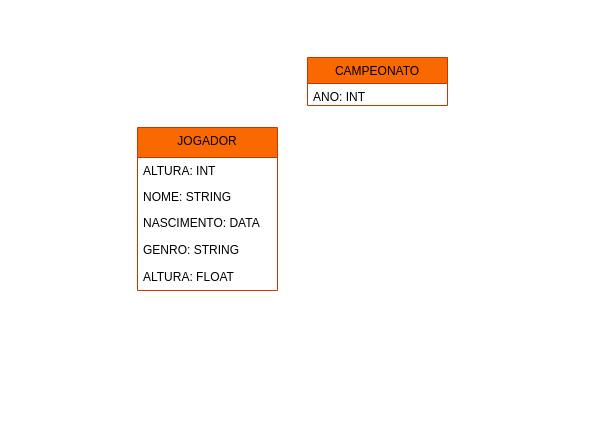
Earlier version of the draw.io diagram Diagrama sem nome.drawio (ALSANhub/Diagrams). Source tidied: cells renumbered, new cells numbered last; positions are measured from the earlier drawing's top-left corner, leaving out a move shared by most shapes. Both pictures are drawn from the tidied source at 100%, with x=0, y=0 at pixel (137, 57).
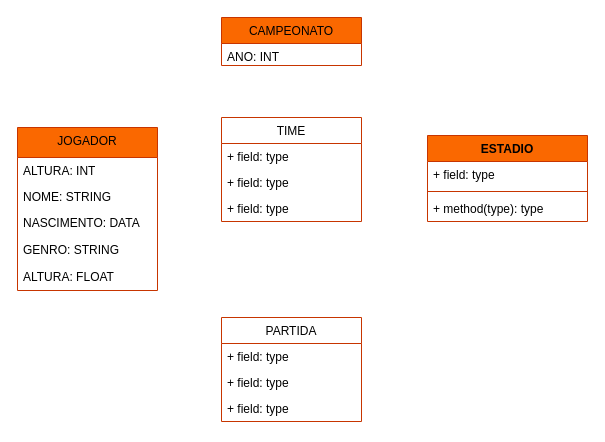
After the change.

What changed in the source:
```diff
@@
     <mxCell id="2" value="JOGADOR" style="swimlane;fontStyle=0;horizontal=1;startSize=30;fillColor=#fa6800;whiteSpace=wrap;html=1;rounded=0;shadow=0;strokeColor=#C73500;strokeWidth=1;align=center;verticalAlign=top;fontFamily=Helvetica;fontSize=12;fontColor=#000000;" parent="1" vertex="1">
-      <mxGeometry y="70" width="140" height="163" as="geometry" />
+      <mxGeometry x="-120" y="70" width="140" height="163" as="geometry" />
     </mxCell>
@@
     <mxCell id="8" value="CAMPEONATO" style="swimlane;fontStyle=0;horizontal=1;startSize=26;fillColor=#fa6800;whiteSpace=wrap;html=1;rounded=0;shadow=0;strokeColor=#C73500;strokeWidth=1;align=center;verticalAlign=top;fontFamily=Helvetica;fontSize=12;fontColor=#000000;" parent="1" vertex="1">
-      <mxGeometry x="170" width="140" height="48" as="geometry" />
+      <mxGeometry x="84" y="-40" width="140" height="48" as="geometry" />
     </mxCell>
@@
+    <mxCell id="10" value="TIME" style="swimlane;fontStyle=0;horizontal=1;startSize=26;fillColor=none;whiteSpace=wrap;html=1;rounded=0;shadow=0;strokeColor=#C73500;strokeWidth=1;align=center;verticalAlign=top;fontFamily=Helvetica;fontSize=12;fontColor=#000000;" parent="1" vertex="1">
+      <mxGeometry x="84" y="60" width="140" height="104" as="geometry" />
+    </mxCell>
+    <mxCell id="11" value="+ field: type" style="text;strokeColor=none;fillColor=none;align=left;verticalAlign=top;spacingLeft=4;spacingRight=4;overflow=hidden;whiteSpace=wrap;html=1;fontSize=12;fontFamily=Helvetica;fontColor=#000000;" parent="10" vertex="1">
+      <mxGeometry y="26" width="140" height="26" as="geometry" />
+    </mxCell>
+    <mxCell id="12" value="+ field: type" style="text;strokeColor=none;fillColor=none;align=left;verticalAlign=top;spacingLeft=4;spacingRight=4;overflow=hidden;whiteSpace=wrap;html=1;fontSize=12;fontFamily=Helvetica;fontColor=#000000;" parent="10" vertex="1">
+      <mxGeometry y="52" width="140" height="26" as="geometry" />
+    </mxCell>
+    <mxCell id="13" value="+ field: type" style="text;strokeColor=none;fillColor=none;align=left;verticalAlign=top;spacingLeft=4;spacingRight=4;overflow=hidden;whiteSpace=wrap;html=1;fontSize=12;fontFamily=Helvetica;fontColor=#000000;" parent="10" vertex="1">
+      <mxGeometry y="78" width="140" height="26" as="geometry" />
+    </mxCell>
+    <mxCell id="14" value="PARTIDA" style="swimlane;fontStyle=0;horizontal=1;startSize=26;fillColor=none;whiteSpace=wrap;html=1;rounded=0;shadow=0;strokeColor=#C73500;strokeWidth=1;align=center;verticalAlign=top;fontFamily=Helvetica;fontSize=12;fontColor=#000000;" parent="1" vertex="1">
+      <mxGeometry x="84" y="260" width="140" height="104" as="geometry" />
+    </mxCell>
+    <mxCell id="15" value="+ field: type" style="text;strokeColor=none;fillColor=none;align=left;verticalAlign=top;spacingLeft=4;spacingRight=4;overflow=hidden;whiteSpace=wrap;html=1;fontSize=12;fontFamily=Helvetica;fontColor=#000000;" parent="14" vertex="1">
+      <mxGeometry y="26" width="140" height="26" as="geometry" />
+    </mxCell>
+    <mxCell id="16" value="+ field: type" style="text;strokeColor=none;fillColor=none;align=left;verticalAlign=top;spacingLeft=4;spacingRight=4;overflow=hidden;whiteSpace=wrap;html=1;fontSize=12;fontFamily=Helvetica;fontColor=#000000;" parent="14" vertex="1">
+      <mxGeometry y="52" width="140" height="26" as="geometry" />
+    </mxCell>
+    <mxCell id="17" value="+ field: type" style="text;strokeColor=none;fillColor=none;align=left;verticalAlign=top;spacingLeft=4;spacingRight=4;overflow=hidden;whiteSpace=wrap;html=1;fontSize=12;fontFamily=Helvetica;fontColor=#000000;" parent="14" vertex="1">
+      <mxGeometry y="78" width="140" height="26" as="geometry" />
+    </mxCell>
+    <mxCell id="18" value="ESTADIO" style="swimlane;fontStyle=1;align=center;verticalAlign=top;horizontal=1;startSize=26;whiteSpace=wrap;html=1;rounded=0;shadow=0;strokeColor=#C73500;strokeWidth=1;fontFamily=Helvetica;fontSize=12;fontColor=#000000;fillColor=#fa6800;" parent="1" vertex="1">
+      <mxGeometry x="290" y="78" width="160" height="86" as="geometry" />
+    </mxCell>
+    <mxCell id="19" value="+ field: type" style="text;strokeColor=none;fillColor=none;align=left;verticalAlign=top;spacingLeft=4;spacingRight=4;overflow=hidden;whiteSpace=wrap;html=1;fontSize=12;fontFamily=Helvetica;fontColor=#000000;" parent="18" vertex="1">
+      <mxGeometry y="26" width="160" height="26" as="geometry" />
+    </mxCell>
+    <mxCell id="20" style="line;strokeWidth=1;fillColor=none;align=left;verticalAlign=middle;spacingTop=-1;spacingLeft=3;spacingRight=3;labelPosition=right;strokeColor=inherit;rounded=0;shadow=0;fontFamily=Helvetica;fontSize=12;fontColor=#000000;startSize=26;" parent="18" vertex="1">
+      <mxGeometry y="52" width="160" height="8" as="geometry" />
+    </mxCell>
+    <mxCell id="21" value="+ method(type): type" style="text;strokeColor=none;fillColor=none;align=left;verticalAlign=top;spacingLeft=4;spacingRight=4;overflow=hidden;whiteSpace=wrap;html=1;fontSize=12;fontFamily=Helvetica;fontColor=#000000;" parent="18" vertex="1">
+      <mxGeometry y="60" width="160" height="26" as="geometry" />
+    </mxCell>
```
